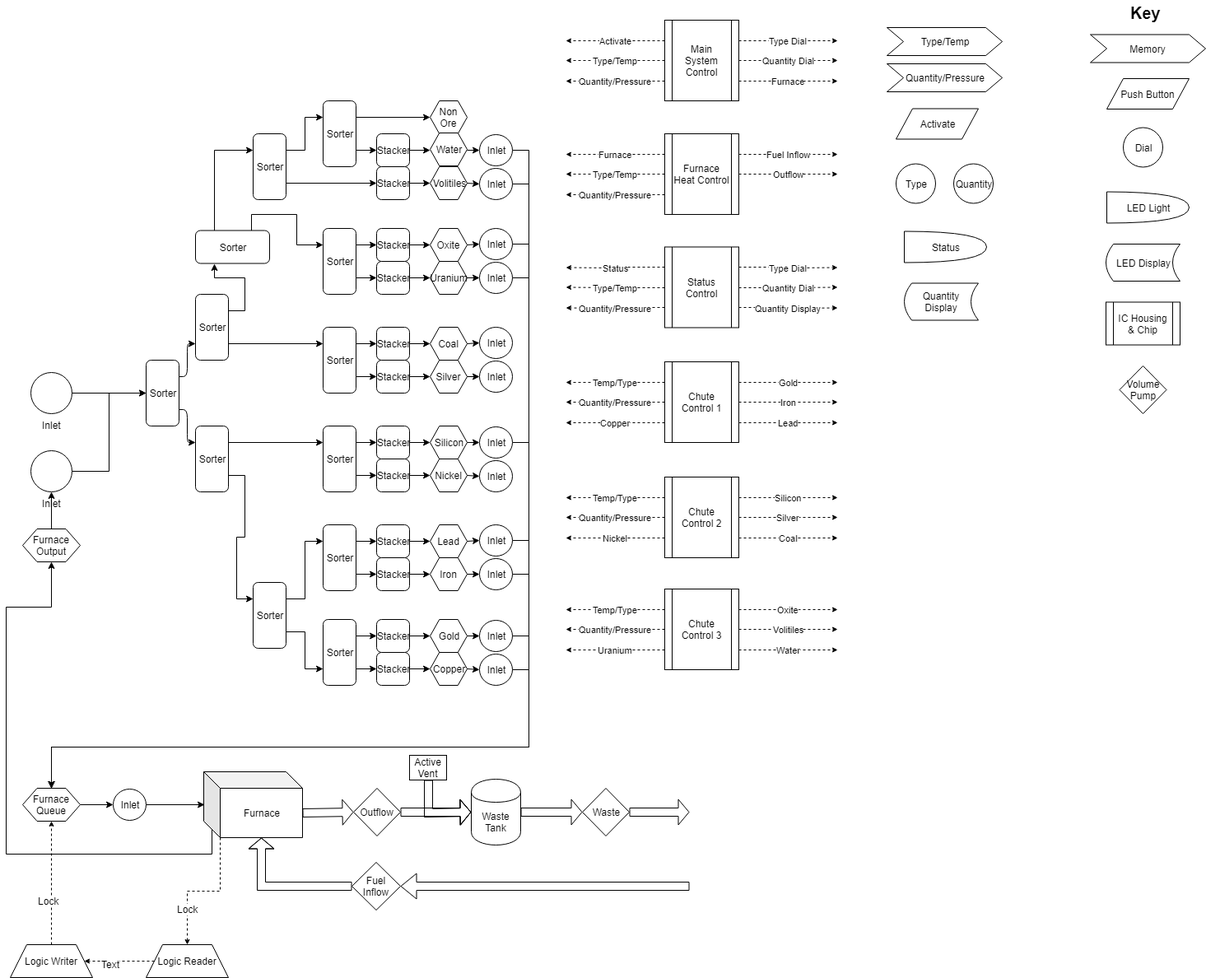
Before: AutomatedFurnace.png, a diagram exported from draw.io (xennon101/AutomatedFurnace). Source tidied: cells renumbered, new cells last; positions are measured from the earlier drawing's top-left corner, leaving out a move shared by most shapes.
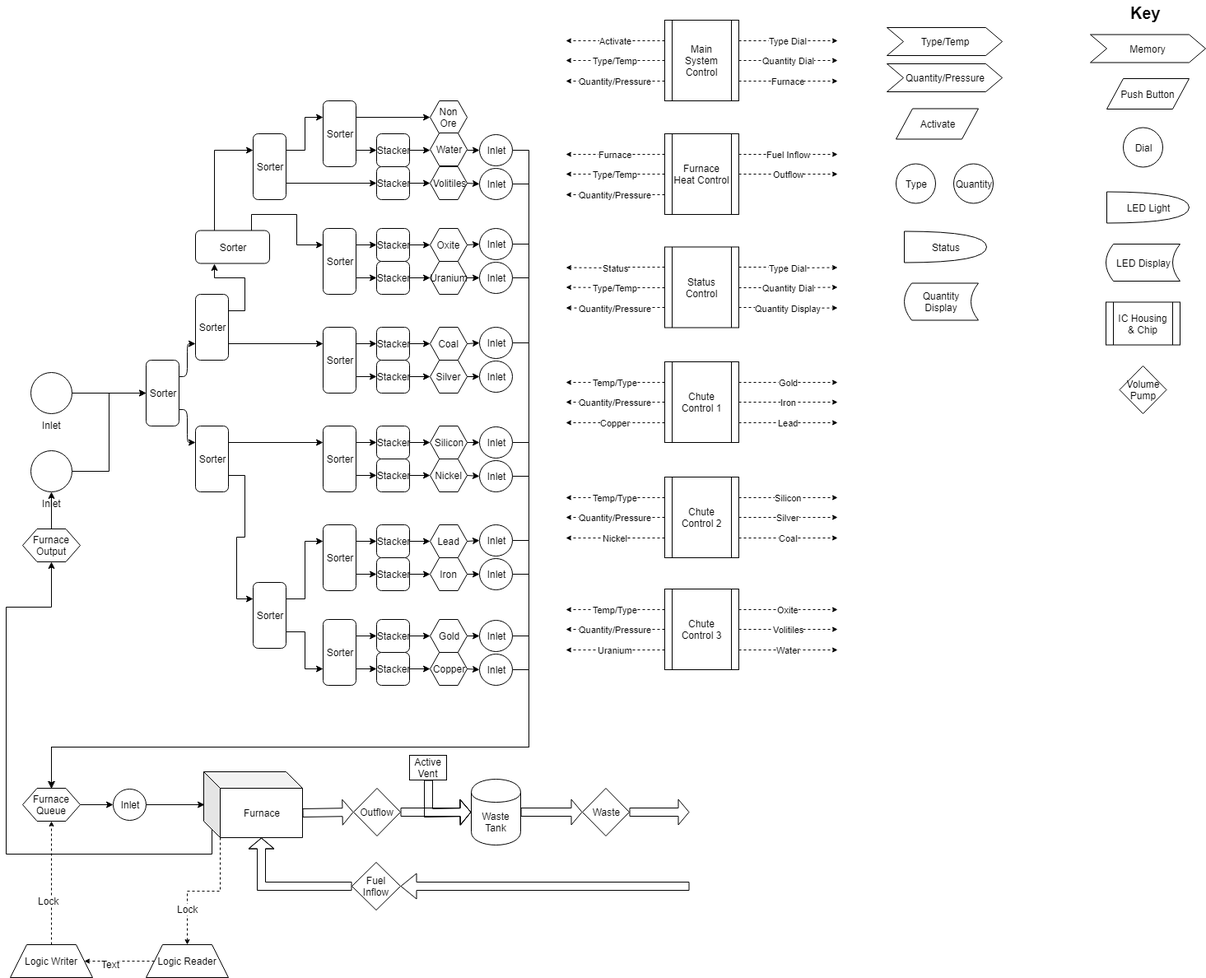
After the commit.

The edit, as a diff of the source:
```diff
@@ -339,6 +339,15 @@
     <mxCell id="102" value="Inlet" style="ellipse;whiteSpace=wrap;html=1;" parent="1" vertex="1">
       <mxGeometry x="575" y="636" width="40" height="38" as="geometry" />
     </mxCell>
+    <mxCell id="196" style="edgeStyle=orthogonalEdgeStyle;rounded=0;jettySize=auto;html=1;exitX=1;exitY=0.5;exitDx=0;exitDy=0;entryX=0.5;entryY=0;entryDx=0;entryDy=0;" parent="1" edge="1" source="103" target="94">
+      <mxGeometry relative="1" as="geometry">
+        <Array as="points">
+          <mxPoint x="635" y="577" />
+          <mxPoint x="635" y="906" />
+          <mxPoint x="55" y="906" />
+        </Array>
+      </mxGeometry>
+    </mxCell>
     <mxCell id="103" value="Inlet" style="ellipse;whiteSpace=wrap;html=1;" parent="1" vertex="1">
       <mxGeometry x="575" y="558" width="40" height="38" as="geometry" />
     </mxCell>
@@ -357,6 +366,15 @@
     <mxCell id="106" value="Inlet" style="ellipse;whiteSpace=wrap;html=1;" parent="1" vertex="1">
       <mxGeometry x="575" y="437" width="40" height="38" as="geometry" />
     </mxCell>
+    <mxCell id="197" style="edgeStyle=orthogonalEdgeStyle;rounded=0;jettySize=auto;html=1;exitX=1;exitY=0.5;exitDx=0;exitDy=0;entryX=0.5;entryY=0;entryDx=0;entryDy=0;" parent="1" edge="1" source="107" target="94">
+      <mxGeometry relative="1" as="geometry">
+        <Array as="points">
+          <mxPoint x="635" y="415" />
+          <mxPoint x="635" y="906" />
+          <mxPoint x="55" y="906" />
+        </Array>
+      </mxGeometry>
+    </mxCell>
     <mxCell id="107" value="Inlet" style="ellipse;whiteSpace=wrap;html=1;" parent="1" vertex="1">
       <mxGeometry x="575" y="396" width="40" height="38" as="geometry" />
     </mxCell>
```
